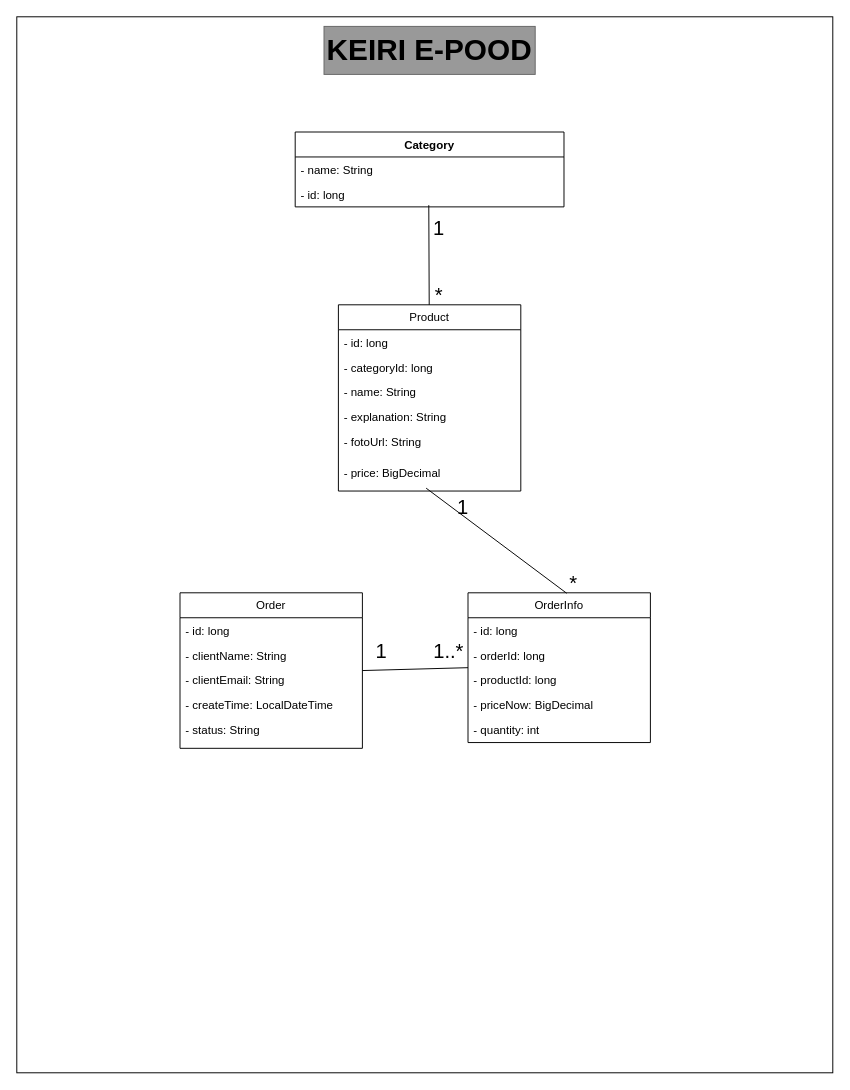
This is E-POOD/epood.drawio.xml from kxeir/Programmeerimine2, a draw.io file, before an edit. Source tidied: cells renumbered, new cells numbered last; positions are measured from the earlier drawing's top-left corner, leaving out a move shared by most shapes. Both pictures are drawn from the tidied source at 96%, with x=0, y=0 at pixel (-104, 26).
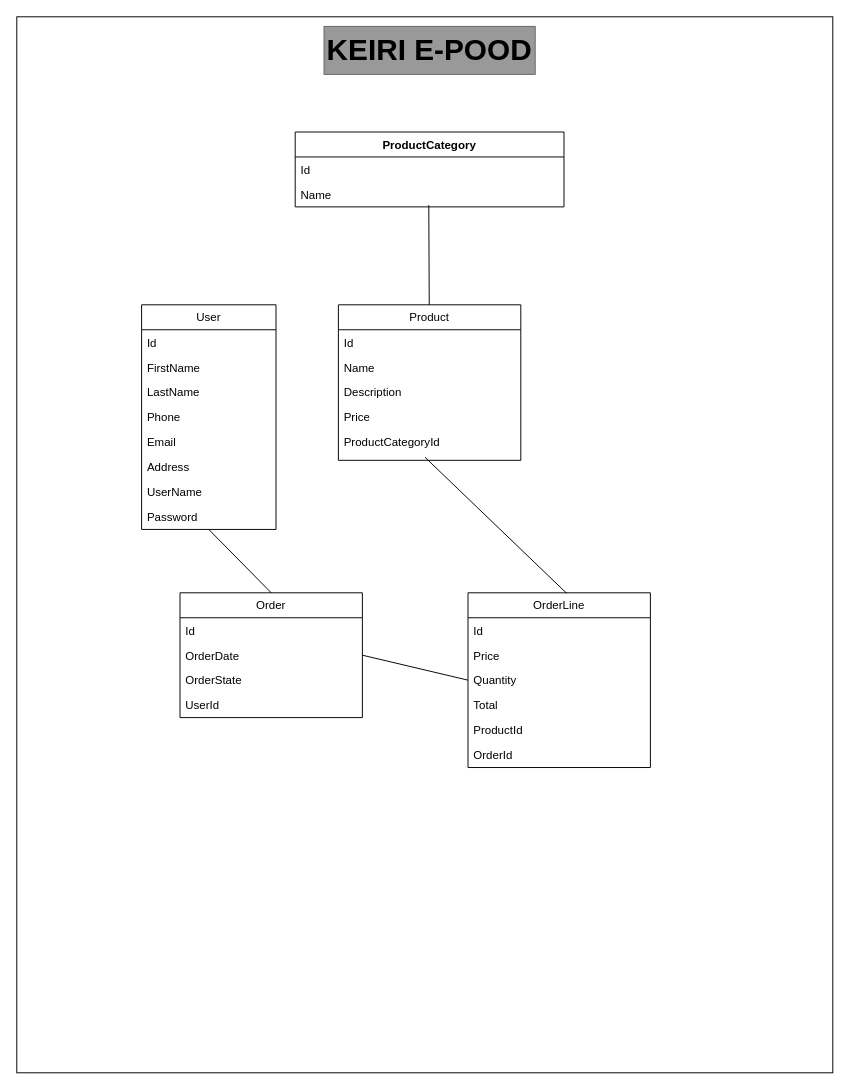
The same page after the edit.

Commit message:
Update diagram structure and element properties

Change to the diagram source:
```diff
@@
-    <mxCell id="4" value="Category" style="swimlane;fontStyle=1;align=center;verticalAlign=top;horizontal=1;startSize=26;whiteSpace=wrap;html=1;" parent="1" vertex="1">
+    <mxCell id="4" value="ProductCategory" style="swimlane;fontStyle=1;align=center;verticalAlign=top;horizontal=1;startSize=26;whiteSpace=wrap;html=1;" parent="1" vertex="1">
       <mxGeometry x="415" y="110" width="280" height="78" as="geometry" />
     </mxCell>
-    <mxCell id="5" value="- name: String" style="text;strokeColor=none;fillColor=none;align=left;verticalAlign=top;spacingLeft=4;spacingRight=4;overflow=hidden;whiteSpace=wrap;html=1;" parent="4" vertex="1">
+    <mxCell id="5" value="Id" style="text;strokeColor=none;fillColor=none;align=left;verticalAlign=top;spacingLeft=4;spacingRight=4;overflow=hidden;whiteSpace=wrap;html=1;" parent="4" vertex="1">
       <mxGeometry y="26" width="280" height="26" as="geometry" />
     </mxCell>
-    <mxCell id="6" value="- id: long" style="text;strokeColor=none;fillColor=none;align=left;verticalAlign=top;spacingLeft=4;spacingRight=4;overflow=hidden;points=[[0,0.5],[1,0.5]];portConstraint=eastwest;whiteSpace=wrap;html=1;" parent="4" vertex="1">
+    <mxCell id="6" value="Name" style="text;strokeColor=none;fillColor=none;align=left;verticalAlign=top;spacingLeft=4;spacingRight=4;overflow=hidden;points=[[0,0.5],[1,0.5]];portConstraint=eastwest;whiteSpace=wrap;html=1;" parent="4" vertex="1">
       <mxGeometry y="52" width="280" height="26" as="geometry" />
     </mxCell>
     <mxCell id="7" value="Product" style="swimlane;fontStyle=0;horizontal=1;startSize=26;fillColor=none;whiteSpace=wrap;html=1;" parent="1" vertex="1">
-      <mxGeometry x="460" y="290" width="190" height="194" as="geometry" />
+      <mxGeometry x="460" y="290" width="190" height="162" as="geometry" />
     </mxCell>
-    <mxCell id="8" value="- id: long" style="text;strokeColor=none;fillColor=none;align=left;verticalAlign=top;spacingLeft=4;spacingRight=4;overflow=hidden;whiteSpace=wrap;html=1;" parent="7" vertex="1">
+    <mxCell id="8" value="Id&lt;span style=&quot;white-space: pre;&quot;&gt;&#9;&lt;/span&gt;" style="text;strokeColor=none;fillColor=none;align=left;verticalAlign=top;spacingLeft=4;spacingRight=4;overflow=hidden;whiteSpace=wrap;html=1;" parent="7" vertex="1">
       <mxGeometry y="26" width="190" height="26" as="geometry" />
     </mxCell>
-    <mxCell id="9" value="- categoryId: long" style="text;strokeColor=none;fillColor=none;align=left;verticalAlign=top;spacingLeft=4;spacingRight=4;overflow=hidden;whiteSpace=wrap;html=1;" parent="7" vertex="1">
+    <mxCell id="9" value="Name" style="text;strokeColor=none;fillColor=none;align=left;verticalAlign=top;spacingLeft=4;spacingRight=4;overflow=hidden;whiteSpace=wrap;html=1;" parent="7" vertex="1">
       <mxGeometry y="52" width="190" height="26" as="geometry" />
     </mxCell>
-    <mxCell id="10" value="- name: String" style="text;strokeColor=none;fillColor=none;align=left;verticalAlign=top;spacingLeft=4;spacingRight=4;overflow=hidden;whiteSpace=wrap;html=1;" parent="7" vertex="1">
+    <mxCell id="10" value="Description" style="text;strokeColor=none;fillColor=none;align=left;verticalAlign=top;spacingLeft=4;spacingRight=4;overflow=hidden;whiteSpace=wrap;html=1;" parent="7" vertex="1">
       <mxGeometry y="78" width="190" height="26" as="geometry" />
     </mxCell>
-    <mxCell id="11" value="- explanation: String" style="text;strokeColor=none;fillColor=none;align=left;verticalAlign=top;spacingLeft=4;spacingRight=4;overflow=hidden;whiteSpace=wrap;html=1;" parent="7" vertex="1">
+    <mxCell id="11" value="Price" style="text;strokeColor=none;fillColor=none;align=left;verticalAlign=top;spacingLeft=4;spacingRight=4;overflow=hidden;whiteSpace=wrap;html=1;" parent="7" vertex="1">
       <mxGeometry y="104" width="190" height="26" as="geometry" />
     </mxCell>
-    <mxCell id="12" value="- fotoUrl: String" style="text;strokeColor=none;fillColor=none;align=left;verticalAlign=top;spacingLeft=4;spacingRight=4;overflow=hidden;points=[[0,0.5],[1,0.5]];portConstraint=eastwest;whiteSpace=wrap;html=1;" parent="7" vertex="1">
+    <mxCell id="12" value="ProductCategoryId" style="text;strokeColor=none;fillColor=none;align=left;verticalAlign=top;spacingLeft=4;spacingRight=4;overflow=hidden;points=[[0,0.5],[1,0.5]];portConstraint=eastwest;whiteSpace=wrap;html=1;" parent="7" vertex="1">
       <mxGeometry y="130" width="190" height="32" as="geometry" />
     </mxCell>
-    <mxCell id="13" value="- price: BigDecimal" style="text;strokeColor=none;fillColor=none;align=left;verticalAlign=top;spacingLeft=4;spacingRight=4;overflow=hidden;points=[[0,0.5],[1,0.5]];portConstraint=eastwest;whiteSpace=wrap;html=1;" parent="7" vertex="1">
-      <mxGeometry y="162" width="190" height="32" as="geometry" />
-    </mxCell>
@@
     <mxCell id="15" value="Order" style="swimlane;fontStyle=0;horizontal=1;startSize=26;fillColor=none;whiteSpace=wrap;html=1;" parent="1" vertex="1">
-      <mxGeometry x="295" y="590" width="190" height="162" as="geometry" />
+      <mxGeometry x="295" y="590" width="190" height="130" as="geometry" />
     </mxCell>
-    <mxCell id="16" value="- id: long" style="text;strokeColor=none;fillColor=none;align=left;verticalAlign=top;spacingLeft=4;spacingRight=4;overflow=hidden;whiteSpace=wrap;html=1;" parent="15" vertex="1">
+    <mxCell id="16" value="Id" style="text;strokeColor=none;fillColor=none;align=left;verticalAlign=top;spacingLeft=4;spacingRight=4;overflow=hidden;whiteSpace=wrap;html=1;" parent="15" vertex="1">
       <mxGeometry y="26" width="190" height="26" as="geometry" />
     </mxCell>
-    <mxCell id="17" value="- clientName: String" style="text;strokeColor=none;fillColor=none;align=left;verticalAlign=top;spacingLeft=4;spacingRight=4;overflow=hidden;whiteSpace=wrap;html=1;" parent="15" vertex="1">
+    <mxCell id="17" value="OrderDate" style="text;strokeColor=none;fillColor=none;align=left;verticalAlign=top;spacingLeft=4;spacingRight=4;overflow=hidden;whiteSpace=wrap;html=1;" parent="15" vertex="1">
       <mxGeometry y="52" width="190" height="26" as="geometry" />
     </mxCell>
-    <mxCell id="18" value="- clientEmail: String" style="text;strokeColor=none;fillColor=none;align=left;verticalAlign=top;spacingLeft=4;spacingRight=4;overflow=hidden;whiteSpace=wrap;html=1;" parent="15" vertex="1">
+    <mxCell id="18" value="OrderState" style="text;strokeColor=none;fillColor=none;align=left;verticalAlign=top;spacingLeft=4;spacingRight=4;overflow=hidden;whiteSpace=wrap;html=1;" parent="15" vertex="1">
       <mxGeometry y="78" width="190" height="26" as="geometry" />
     </mxCell>
-    <mxCell id="19" value="- createTime: LocalDateTime" style="text;strokeColor=none;fillColor=none;align=left;verticalAlign=top;spacingLeft=4;spacingRight=4;overflow=hidden;whiteSpace=wrap;html=1;" parent="15" vertex="1">
+    <mxCell id="19" value="UserId" style="text;strokeColor=none;fillColor=none;align=left;verticalAlign=top;spacingLeft=4;spacingRight=4;overflow=hidden;whiteSpace=wrap;html=1;" parent="15" vertex="1">
       <mxGeometry y="104" width="190" height="26" as="geometry" />
     </mxCell>
-    <mxCell id="20" value="- status: String" style="text;strokeColor=none;fillColor=none;align=left;verticalAlign=top;spacingLeft=4;spacingRight=4;overflow=hidden;whiteSpace=wrap;html=1;" parent="15" vertex="1">
-      <mxGeometry y="130" width="190" height="32" as="geometry" />
-    </mxCell>
-    <mxCell id="21" value="OrderInfo" style="swimlane;fontStyle=0;horizontal=1;startSize=26;fillColor=none;whiteSpace=wrap;html=1;" parent="1" vertex="1">
-      <mxGeometry x="595" y="590" width="190" height="156" as="geometry" />
+    <mxCell id="21" value="OrderLine" style="swimlane;fontStyle=0;horizontal=1;startSize=26;fillColor=none;whiteSpace=wrap;html=1;" parent="1" vertex="1">
+      <mxGeometry x="595" y="590" width="190" height="182" as="geometry" />
     </mxCell>
-    <mxCell id="22" value="- id: long" style="text;strokeColor=none;fillColor=none;align=left;verticalAlign=top;spacingLeft=4;spacingRight=4;overflow=hidden;whiteSpace=wrap;html=1;" parent="21" vertex="1">
+    <mxCell id="22" value="Id" style="text;strokeColor=none;fillColor=none;align=left;verticalAlign=top;spacingLeft=4;spacingRight=4;overflow=hidden;whiteSpace=wrap;html=1;" parent="21" vertex="1">
       <mxGeometry y="26" width="190" height="26" as="geometry" />
     </mxCell>
-    <mxCell id="23" value="- orderId: long" style="text;strokeColor=none;fillColor=none;align=left;verticalAlign=top;spacingLeft=4;spacingRight=4;overflow=hidden;whiteSpace=wrap;html=1;" parent="21" vertex="1">
+    <mxCell id="23" value="Price" style="text;strokeColor=none;fillColor=none;align=left;verticalAlign=top;spacingLeft=4;spacingRight=4;overflow=hidden;whiteSpace=wrap;html=1;" parent="21" vertex="1">
       <mxGeometry y="52" width="190" height="26" as="geometry" />
     </mxCell>
-    <mxCell id="24" value="- productId: long" style="text;strokeColor=none;fillColor=none;align=left;verticalAlign=top;spacingLeft=4;spacingRight=4;overflow=hidden;whiteSpace=wrap;html=1;" parent="21" vertex="1">
+    <mxCell id="24" value="Quantity" style="text;strokeColor=none;fillColor=none;align=left;verticalAlign=top;spacingLeft=4;spacingRight=4;overflow=hidden;whiteSpace=wrap;html=1;" parent="21" vertex="1">
       <mxGeometry y="78" width="190" height="26" as="geometry" />
     </mxCell>
-    <mxCell id="25" value="- priceNow: BigDecimal" style="text;strokeColor=none;fillColor=none;align=left;verticalAlign=top;spacingLeft=4;spacingRight=4;overflow=hidden;whiteSpace=wrap;html=1;" parent="21" vertex="1">
+    <mxCell id="25" value="Total" style="text;strokeColor=none;fillColor=none;align=left;verticalAlign=top;spacingLeft=4;spacingRight=4;overflow=hidden;whiteSpace=wrap;html=1;" parent="21" vertex="1">
       <mxGeometry y="104" width="190" height="26" as="geometry" />
     </mxCell>
-    <mxCell id="26" value="- quantity: int" style="text;strokeColor=none;fillColor=none;align=left;verticalAlign=top;spacingLeft=4;spacingRight=4;overflow=hidden;whiteSpace=wrap;html=1;" parent="21" vertex="1">
+    <mxCell id="26" value="ProductId" style="text;strokeColor=none;fillColor=none;align=left;verticalAlign=top;spacingLeft=4;spacingRight=4;overflow=hidden;whiteSpace=wrap;html=1;" parent="21" vertex="1">
       <mxGeometry y="130" width="190" height="26" as="geometry" />
     </mxCell>
+    <mxCell id="35" value="OrderId" style="text;strokeColor=none;fillColor=none;align=left;verticalAlign=top;spacingLeft=4;spacingRight=4;overflow=hidden;whiteSpace=wrap;html=1;" parent="21" vertex="1">
+      <mxGeometry y="156" width="190" height="26" as="geometry" />
+    </mxCell>
-    <mxCell id="27" style="endArrow=none;html=1;rounded=0;entryX=0.541;entryY=0.003;entryDx=0;entryDy=0;entryPerimeter=0;exitX=0.481;exitY=0.906;exitDx=0;exitDy=0;exitPerimeter=0;" parent="1" edge="1" source="13" target="21">
+    <mxCell id="27" style="endArrow=none;html=1;rounded=0;entryX=0.541;entryY=0.003;entryDx=0;entryDy=0;entryPerimeter=0;exitX=0.475;exitY=0.901;exitDx=0;exitDy=0;exitPerimeter=0;" parent="1" edge="1" source="12" target="21">
       <mxGeometry relative="1" as="geometry" />
     </mxCell>
@@
-    <mxCell id="29" value="&lt;font style=&quot;font-size: 21px;&quot;&gt;1&lt;/font&gt;" style="rounded=0;whiteSpace=wrap;html=1;strokeColor=none;fillColor=none;" parent="1" vertex="1">
-      <mxGeometry x="505" y="180" width="120" height="60" as="geometry" />
-    </mxCell>
-    <mxCell id="30" value="&lt;font style=&quot;font-size: 21px;&quot;&gt;*&lt;/font&gt;" style="rounded=0;whiteSpace=wrap;html=1;strokeColor=none;fillColor=none;" parent="1" vertex="1">
-      <mxGeometry x="645" y="550" width="120" height="60" as="geometry" />
-    </mxCell>
-    <mxCell id="31" value="&lt;font style=&quot;font-size: 21px;&quot;&gt;1..*&lt;/font&gt;" style="rounded=0;whiteSpace=wrap;html=1;strokeColor=none;fillColor=none;" parent="1" vertex="1">
-      <mxGeometry x="515" y="620" width="120" height="60" as="geometry" />
-    </mxCell>
-    <mxCell id="32" value="&lt;font style=&quot;font-size: 21px;&quot;&gt;1&lt;/font&gt;" style="rounded=0;whiteSpace=wrap;html=1;strokeColor=none;fillColor=none;" parent="1" vertex="1">
-      <mxGeometry x="445" y="620" width="120" height="60" as="geometry" />
-    </mxCell>
-    <mxCell id="33" value="&lt;font style=&quot;font-size: 21px;&quot;&gt;*&lt;/font&gt;" style="rounded=0;whiteSpace=wrap;html=1;strokeColor=none;fillColor=none;" parent="1" vertex="1">
-      <mxGeometry x="505" y="250" width="120" height="60" as="geometry" />
-    </mxCell>
-    <mxCell id="34" value="&lt;font style=&quot;font-size: 21px;&quot;&gt;1&lt;/font&gt;" style="rounded=0;whiteSpace=wrap;html=1;strokeColor=none;fillColor=none;" parent="1" vertex="1">
-      <mxGeometry x="530" y="470" width="120" height="60" as="geometry" />
-    </mxCell>
+    <mxCell id="36" value="User" style="swimlane;fontStyle=0;horizontal=1;startSize=26;fillColor=none;whiteSpace=wrap;html=1;" parent="1" vertex="1">
+      <mxGeometry x="255" y="290" width="140" height="234" as="geometry" />
+    </mxCell>
+    <mxCell id="37" value="Id" style="text;strokeColor=none;fillColor=none;align=left;verticalAlign=top;spacingLeft=4;spacingRight=4;overflow=hidden;whiteSpace=wrap;html=1;" parent="36" vertex="1">
+      <mxGeometry y="26" width="140" height="26" as="geometry" />
+    </mxCell>
+    <mxCell id="38" value="FirstName" style="text;strokeColor=none;fillColor=none;align=left;verticalAlign=top;spacingLeft=4;spacingRight=4;overflow=hidden;whiteSpace=wrap;html=1;" parent="36" vertex="1">
+      <mxGeometry y="52" width="140" height="26" as="geometry" />
+    </mxCell>
+    <mxCell id="39" value="LastName" style="text;strokeColor=none;fillColor=none;align=left;verticalAlign=top;spacingLeft=4;spacingRight=4;overflow=hidden;whiteSpace=wrap;html=1;" parent="36" vertex="1">
+      <mxGeometry y="78" width="140" height="26" as="geometry" />
+    </mxCell>
+    <mxCell id="40" value="Phone" style="text;strokeColor=none;fillColor=none;align=left;verticalAlign=top;spacingLeft=4;spacingRight=4;overflow=hidden;whiteSpace=wrap;html=1;" parent="36" vertex="1">
+      <mxGeometry y="104" width="140" height="26" as="geometry" />
+    </mxCell>
+    <mxCell id="41" value="Email" style="text;strokeColor=none;fillColor=none;align=left;verticalAlign=top;spacingLeft=4;spacingRight=4;overflow=hidden;whiteSpace=wrap;html=1;" parent="36" vertex="1">
+      <mxGeometry y="130" width="140" height="26" as="geometry" />
+    </mxCell>
+    <mxCell id="42" value="Address" style="text;strokeColor=none;fillColor=none;align=left;verticalAlign=top;spacingLeft=4;spacingRight=4;overflow=hidden;whiteSpace=wrap;html=1;" parent="36" vertex="1">
+      <mxGeometry y="156" width="140" height="26" as="geometry" />
+    </mxCell>
+    <mxCell id="43" value="UserName" style="text;strokeColor=none;fillColor=none;align=left;verticalAlign=top;spacingLeft=4;spacingRight=4;overflow=hidden;whiteSpace=wrap;html=1;" parent="36" vertex="1">
+      <mxGeometry y="182" width="140" height="26" as="geometry" />
+    </mxCell>
+    <mxCell id="44" value="Password" style="text;strokeColor=none;fillColor=none;align=left;verticalAlign=top;spacingLeft=4;spacingRight=4;overflow=hidden;whiteSpace=wrap;html=1;" parent="36" vertex="1">
+      <mxGeometry y="208" width="140" height="26" as="geometry" />
+    </mxCell>
+    <mxCell id="45" style="endArrow=none;html=1;rounded=0;entryX=0.5;entryY=1;entryDx=0;entryDy=0;exitX=0.5;exitY=0;exitDx=0;exitDy=0;" parent="1" edge="1" source="15" target="36">
+      <mxGeometry relative="1" as="geometry" />
+    </mxCell>
```
